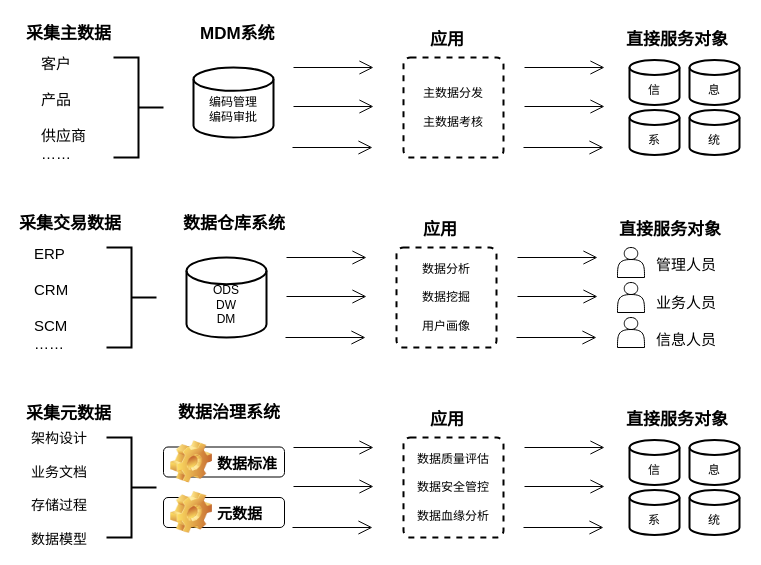
Above: 数据治理.drawio in aubao/aubao (draw.io), before the change. Source tidied: cells renumbered, new cells numbered last; positions are measured from the earlier drawing's top-left corner, leaving out a move shared by most shapes. Both pictures are drawn from the tidied source at 100%, with x=0, y=0 at pixel (17, 17).
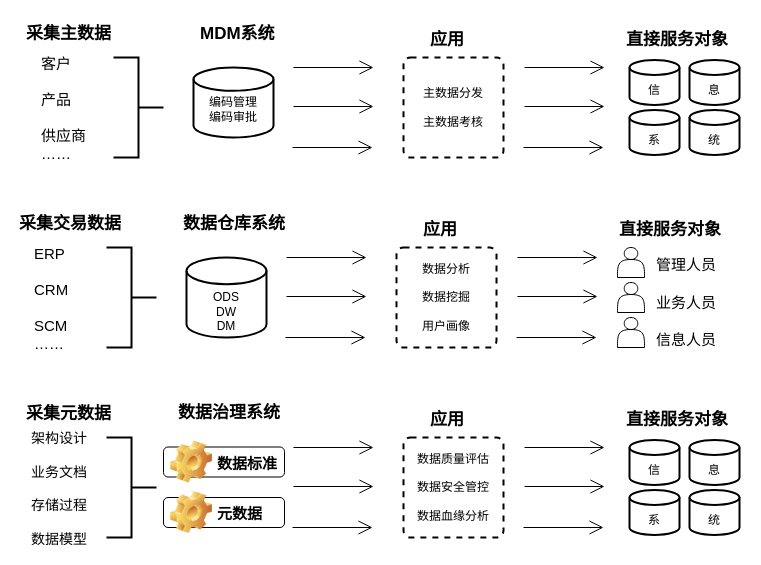
Above is the later version.

Commit message:
已添加 数据治理.drawio

What changed in the source:
```diff
@@
-    <mxCell id="23" value="&lt;br&gt;ODS&lt;br&gt;DW&lt;br&gt;DM&lt;br&gt;" style="strokeWidth=2;html=1;shape=mxgraph.flowchart.database;whiteSpace=wrap;" parent="1" vertex="1">
+    <mxCell id="23" value="&lt;br&gt;&lt;br&gt;ODS&lt;br&gt;DW&lt;br&gt;DM&lt;br&gt;" style="strokeWidth=2;html=1;shape=mxgraph.flowchart.database;whiteSpace=wrap;" parent="1" vertex="1">
       <mxGeometry x="169" y="240" width="80" height="80" as="geometry" />
     </mxCell>
```
